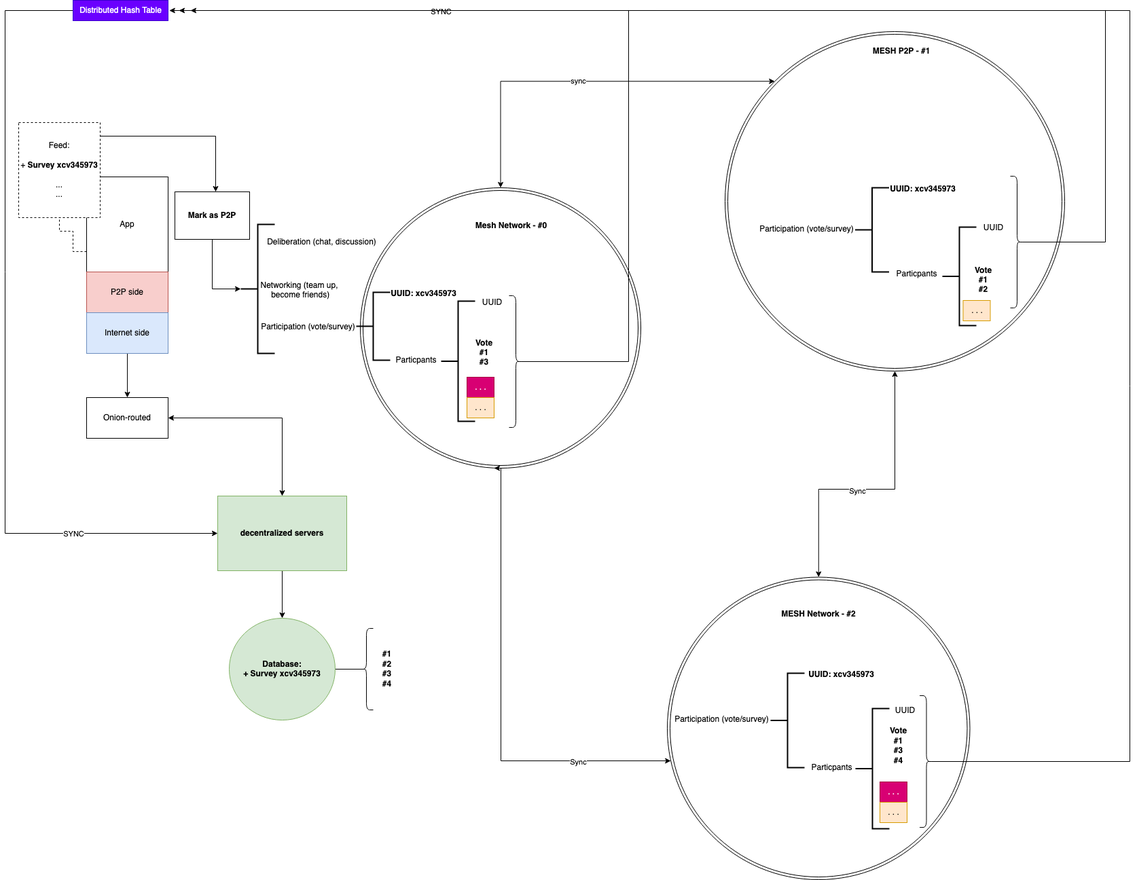
Before: .assets/forDem-P2P-DHT-Diagramm.drawio.png, a diagram exported from draw.io (tcfev/Fordem). Source tidied: cells renumbered, new cells last; positions are measured from the earlier drawing's top-left corner, leaving out a move shared by most shapes.
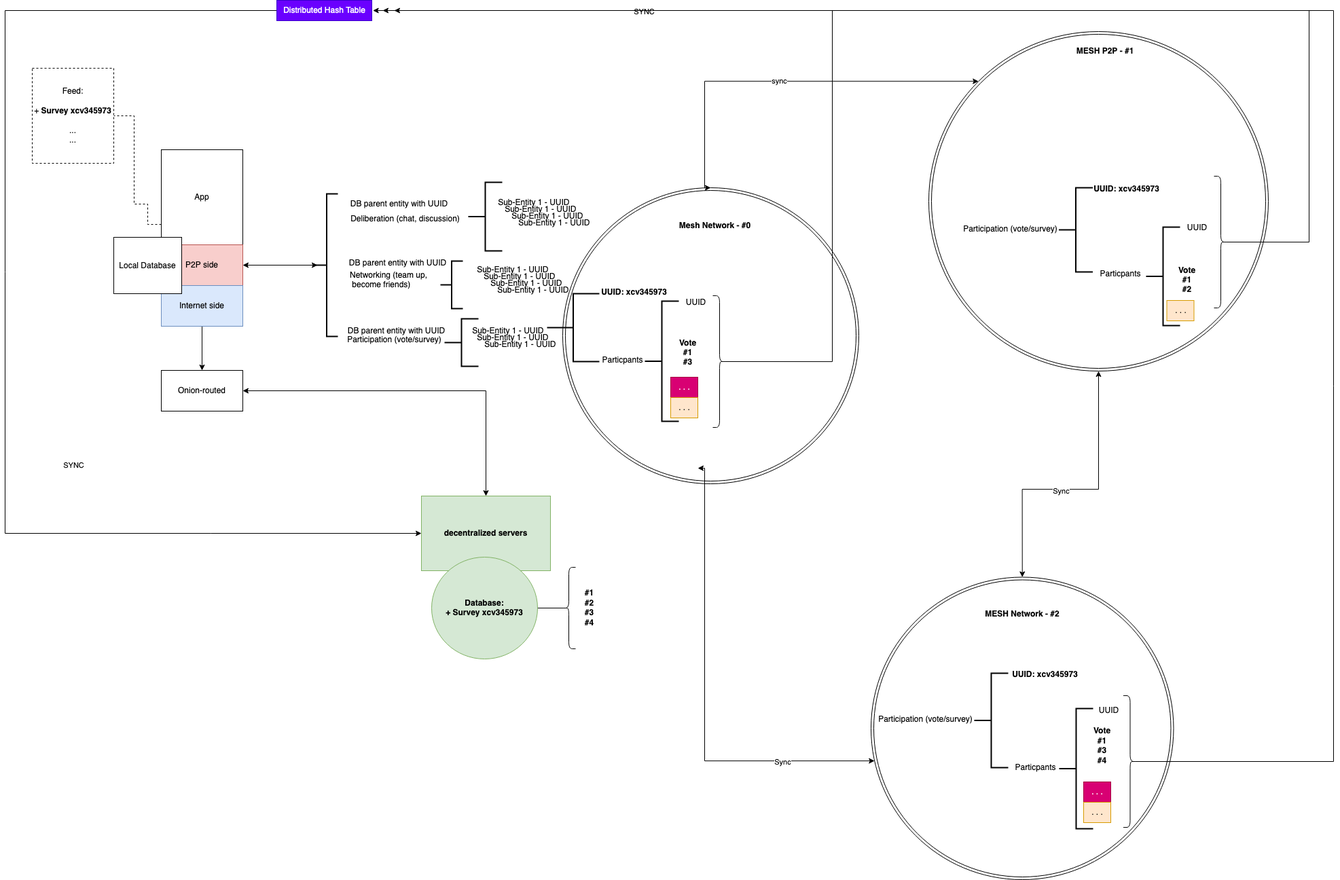
Above is the later version.

The edit, as a diff of the source:
```diff
@@ -3,13 +3,13 @@
     <mxCell id="0" />
     <mxCell id="1" parent="0" />
     <mxCell id="2" style="ellipse;shape=doubleEllipse;whiteSpace=wrap;html=1;fillColor=none;" parent="1" vertex="1">
-      <mxGeometry x="523" y="276" width="413" height="413" as="geometry" />
+      <mxGeometry x="521" y="276" width="436" height="436" as="geometry" />
     </mxCell>
     <mxCell id="3" style="edgeStyle=orthogonalEdgeStyle;rounded=0;jettySize=auto;html=1;entryX=0;entryY=0.5;entryDx=0;entryDy=0;" parent="1" edge="1" source="5" target="14">
       <mxGeometry relative="1" as="geometry">
         <Array as="points">
-          <mxPoint y="15" />
-          <mxPoint y="785" />
+          <mxPoint x="-300" y="15" />
+          <mxPoint x="-300" y="785" />
         </Array>
       </mxGeometry>
     </mxCell>
@@ -24,47 +24,49 @@
     <mxCell id="6" style="edgeStyle=orthogonalEdgeStyle;rounded=0;jettySize=auto;html=1;startArrow=none;startFill=0;dashed=1;endArrow=none;endFill=0;" parent="1" edge="1" source="7" target="30">
       <mxGeometry relative="1" as="geometry">
         <Array as="points">
-          <mxPoint x="100" y="370" />
-          <mxPoint x="100" y="340" />
-          <mxPoint x="80" y="340" />
+          <mxPoint x="-90" y="330" />
+          <mxPoint x="-90" y="300" />
+          <mxPoint x="-110" y="300" />
         </Array>
       </mxGeometry>
     </mxCell>
     <mxCell id="7" value="&lt;div&gt;App&lt;/div&gt;" style="whiteSpace=wrap;html=1;" parent="1" vertex="1">
-      <mxGeometry x="120" y="260" width="120" height="140" as="geometry" />
+      <mxGeometry x="-70" y="220" width="120" height="140" as="geometry" />
     </mxCell>
+    <mxCell id="70" style="edgeStyle=orthogonalEdgeStyle;rounded=0;jettySize=auto;html=1;startArrow=classic;startFill=1;" parent="1" edge="1" source="8">
+      <mxGeometry relative="1" as="geometry">
+        <mxPoint x="160" y="390" as="targetPoint" />
+      </mxGeometry>
+    </mxCell>
     <mxCell id="8" value="P2P side" style="whiteSpace=wrap;html=1;fillColor=#f8cecc;strokeColor=#b85450;" parent="1" vertex="1">
-      <mxGeometry x="120" y="400" width="120" height="60" as="geometry" />
+      <mxGeometry x="-70" y="360" width="120" height="60" as="geometry" />
     </mxCell>
     <mxCell id="9" style="edgeStyle=orthogonalEdgeStyle;rounded=0;jettySize=auto;html=1;" parent="1" edge="1" source="10" target="12">
       <mxGeometry relative="1" as="geometry" />
     </mxCell>
     <mxCell id="10" value="Internet side" style="whiteSpace=wrap;html=1;fillColor=#dae8fc;strokeColor=#6c8ebf;" parent="1" vertex="1">
-      <mxGeometry x="120" y="460" width="120" height="60" as="geometry" />
+      <mxGeometry x="-70" y="420" width="120" height="60" as="geometry" />
     </mxCell>
     <mxCell id="11" style="edgeStyle=orthogonalEdgeStyle;rounded=0;jettySize=auto;html=1;startArrow=classic;startFill=1;" parent="1" edge="1" source="12" target="14">
       <mxGeometry relative="1" as="geometry" />
     </mxCell>
     <mxCell id="12" value="Onion-routed " style="whiteSpace=wrap;html=1;" parent="1" vertex="1">
-      <mxGeometry x="120" y="585" width="120" height="60" as="geometry" />
+      <mxGeometry x="-70" y="545" width="120" height="60" as="geometry" />
     </mxCell>
-    <mxCell id="13" style="edgeStyle=orthogonalEdgeStyle;rounded=0;jettySize=auto;html=1;" parent="1" edge="1" source="14" target="28">
-      <mxGeometry relative="1" as="geometry" />
-    </mxCell>
     <mxCell id="14" value="&lt;b&gt;decentralized servers&lt;/b&gt;" style="whiteSpace=wrap;html=1;fillColor=#d5e8d4;strokeColor=#82b366;" parent="1" vertex="1">
       <mxGeometry x="313" y="730" width="190" height="110" as="geometry" />
     </mxCell>
     <mxCell id="15" style="strokeWidth=2;html=1;shape=mxgraph.flowchart.annotation_2;align=left;labelPosition=right;" parent="1" vertex="1">
-      <mxGeometry x="347" y="330" width="50" height="190" as="geometry" />
+      <mxGeometry x="157" y="285" width="33" height="210" as="geometry" />
     </mxCell>
     <mxCell id="16" style="strokeWidth=2;html=1;shape=mxgraph.flowchart.annotation_2;align=left;labelPosition=right;" parent="1" vertex="1">
-      <mxGeometry x="517" y="430" width="50" height="100" as="geometry" />
+      <mxGeometry x="498" y="432" width="77" height="100" as="geometry" />
     </mxCell>
     <mxCell id="17" value="&lt;div&gt;&lt;b&gt;UUID: xcv345973&lt;br&gt;&lt;/b&gt;&lt;/div&gt;&lt;div&gt;&lt;b&gt;&lt;br&gt;&lt;/b&gt;&lt;/div&gt;" style="text;html=1;align=center;verticalAlign=middle;strokeColor=none;fillColor=none;" parent="1" vertex="1">
-      <mxGeometry x="556" y="419" width="120" height="40" as="geometry" />
+      <mxGeometry x="566" y="417" width="120" height="40" as="geometry" />
     </mxCell>
     <mxCell id="18" value="&lt;div&gt;Particpants&lt;/div&gt;&lt;div&gt;&lt;br&gt;&lt;/div&gt;" style="text;html=1;align=center;verticalAlign=middle;strokeColor=none;fillColor=none;" parent="1" vertex="1">
-      <mxGeometry x="565" y="517" width="80" height="40" as="geometry" />
+      <mxGeometry x="569" y="517" width="80" height="40" as="geometry" />
     </mxCell>
     <mxCell id="19" style="strokeWidth=2;html=1;shape=mxgraph.flowchart.annotation_2;align=left;labelPosition=right;" parent="1" vertex="1">
       <mxGeometry x="642" y="443" width="50" height="177" as="geometry" />
@@ -100,32 +102,22 @@
       <mxGeometry relative="1" as="geometry" />
     </mxCell>
     <mxCell id="28" value="&lt;div&gt;&lt;b&gt;Database:&lt;/b&gt;&lt;/div&gt;&lt;div&gt;&lt;b&gt;+ Survey xcv345973&lt;br&gt;&lt;/b&gt;&lt;/div&gt;" style="ellipse;whiteSpace=wrap;html=1;fillColor=#d5e8d4;strokeColor=#82b366;" parent="1" vertex="1">
-      <mxGeometry x="330" y="910" width="156" height="150" as="geometry" />
+      <mxGeometry x="328" y="820" width="156" height="150" as="geometry" />
     </mxCell>
-    <mxCell id="29" style="edgeStyle=orthogonalEdgeStyle;rounded=0;jettySize=auto;html=1;startArrow=none;startFill=0;" parent="1" edge="1" source="30" target="32">
-      <mxGeometry relative="1" as="geometry">
-        <Array as="points">
-          <mxPoint x="310" y="200" />
-        </Array>
-      </mxGeometry>
-    </mxCell>
     <mxCell id="30" value="&lt;div&gt;Feed:&lt;/div&gt;&lt;div&gt;&lt;br&gt;&lt;/div&gt;&lt;div&gt;&lt;div&gt;+&lt;b&gt; Survey xcv345973&lt;/b&gt;&lt;br&gt;&lt;/div&gt;&lt;/div&gt;&lt;div&gt;&lt;br&gt;&lt;/div&gt;&lt;div&gt;...&lt;/div&gt;&lt;div&gt;...&lt;br&gt;&lt;/div&gt;" style="whiteSpace=wrap;html=1;dashed=1;" parent="1" vertex="1">
-      <mxGeometry x="20" y="180" width="120" height="140" as="geometry" />
+      <mxGeometry x="-260" y="100" width="120" height="140" as="geometry" />
     </mxCell>
-    <mxCell id="31" style="edgeStyle=orthogonalEdgeStyle;rounded=0;jettySize=auto;html=1;entryX=0;entryY=0.5;entryDx=0;entryDy=0;entryPerimeter=0;startArrow=none;startFill=0;exitX=0.5;exitY=1;exitDx=0;exitDy=0;" parent="1" edge="1" source="32" target="15">
-      <mxGeometry relative="1" as="geometry" />
-    </mxCell>
-    <mxCell id="32" value="&lt;b&gt;Mark as P2P&lt;/b&gt;" style="whiteSpace=wrap;html=1;" parent="1" vertex="1">
-      <mxGeometry x="250" y="282" width="110" height="70" as="geometry" />
+    <mxCell id="32" value="Local Database" style="whiteSpace=wrap;html=1;" parent="1" vertex="1">
+      <mxGeometry x="-140" y="349" width="100" height="83" as="geometry" />
     </mxCell>
     <mxCell id="33" value="&lt;b&gt;Mesh Network - #0&lt;br&gt;&lt;/b&gt;" style="text;html=1;align=center;verticalAlign=middle;strokeColor=none;fillColor=none;" parent="1" vertex="1">
       <mxGeometry x="680" y="317" width="130" height="30" as="geometry" />
     </mxCell>
     <mxCell id="34" style="shape=curlyBracket;whiteSpace=wrap;html=1;rounded=1;labelPosition=left;verticalLabelPosition=middle;align=right;verticalAlign=middle;fillColor=none;" parent="1" vertex="1">
-      <mxGeometry x="522" y="925" width="20" height="120" as="geometry" />
+      <mxGeometry x="520" y="835" width="20" height="120" as="geometry" />
     </mxCell>
     <mxCell id="35" value="&lt;div&gt;&lt;b&gt;#1&lt;/b&gt;&lt;/div&gt;&lt;div&gt;&lt;b&gt;#2&lt;/b&gt;&lt;/div&gt;&lt;div&gt;&lt;b&gt;#3&lt;br&gt;&lt;/b&gt;&lt;/div&gt;&lt;div&gt;&lt;b&gt;#4&lt;/b&gt;&lt;br&gt;&lt;/div&gt;" style="text;html=1;align=center;verticalAlign=middle;strokeColor=none;fillColor=none;" parent="1" vertex="1">
-      <mxGeometry x="542" y="950" width="40" height="70" as="geometry" />
+      <mxGeometry x="540" y="860" width="40" height="70" as="geometry" />
     </mxCell>
     <mxCell id="36" style="edgeStyle=orthogonalEdgeStyle;rounded=0;jettySize=auto;html=1;startArrow=classic;startFill=1;" parent="1" edge="1" source="40">
       <mxGeometry relative="1" as="geometry">
@@ -244,13 +236,13 @@
       <mxGeometry x="1346.5" y="1024" width="20" height="194" as="geometry" />
     </mxCell>
     <mxCell id="65" value="Deliberation (chat, discussion)" style="text;html=1;align=center;verticalAlign=middle;strokeColor=none;fillColor=none;" parent="1" vertex="1">
-      <mxGeometry x="376" y="341" width="180" height="30" as="geometry" />
+      <mxGeometry x="199" y="307" width="180" height="30" as="geometry" />
     </mxCell>
     <mxCell id="66" value="&lt;div&gt;Participation (vote/survey)&lt;/div&gt;&lt;div&gt;&lt;br&gt;&lt;/div&gt;" style="text;html=1;align=center;verticalAlign=middle;strokeColor=none;fillColor=none;" parent="1" vertex="1">
-      <mxGeometry x="366" y="468" width="160" height="40" as="geometry" />
+      <mxGeometry x="193" y="487" width="160" height="40" as="geometry" />
     </mxCell>
-    <mxCell id="67" value="&lt;div&gt;Networking (team up,&lt;/div&gt;&lt;div&gt;&amp;nbsp;become friends)&lt;/div&gt;" style="text;html=1;align=center;verticalAlign=middle;strokeColor=none;fillColor=none;" parent="1" vertex="1">
-      <mxGeometry x="363" y="407" width="140" height="40" as="geometry" />
+    <mxCell id="67" value="&lt;div&gt;Networking (team up,&lt;/div&gt;&lt;div&gt;&amp;nbsp;become friends)&lt;/div&gt;" style="text;html=1;align=left;verticalAlign=middle;strokeColor=none;fillColor=none;" parent="1" vertex="1">
+      <mxGeometry x="206" y="392" width="140" height="40" as="geometry" />
     </mxCell>
     <mxCell id="68" value="&lt;b&gt;MESH Network - #2&lt;/b&gt;" style="text;html=1;strokeColor=none;fillColor=none;align=center;verticalAlign=middle;whiteSpace=wrap;rounded=0;dashed=1;" parent="1" vertex="1">
       <mxGeometry x="1137.8" y="889" width="120" height="30" as="geometry" />
@@ -258,5 +250,56 @@
     <mxCell id="69" value="&lt;b&gt;MESH P2P - #1&lt;/b&gt;" style="text;html=1;strokeColor=none;fillColor=none;align=center;verticalAlign=middle;whiteSpace=wrap;rounded=0;dashed=1;" parent="1" vertex="1">
       <mxGeometry x="1270" y="60" width="100" height="30" as="geometry" />
     </mxCell>
+    <mxCell id="71" value="DB parent entity with UUID " style="text;html=1;align=center;verticalAlign=middle;strokeColor=none;fillColor=none;" parent="1" vertex="1">
+      <mxGeometry x="195" y="285" width="170" height="30" as="geometry" />
+    </mxCell>
+    <mxCell id="72" style="strokeWidth=2;html=1;shape=mxgraph.flowchart.annotation_2;align=left;labelPosition=right;" parent="1" vertex="1">
+      <mxGeometry x="382" y="268" width="50" height="101" as="geometry" />
+    </mxCell>
+    <mxCell id="73" value="&amp;nbsp;&amp;nbsp;&amp;nbsp;&amp;nbsp;&amp;nbsp;&amp;nbsp;&amp;nbsp; Sub-Entity 1 - UUID" style="text;html=1;align=center;verticalAlign=middle;strokeColor=none;fillColor=none;" parent="1" vertex="1">
+      <mxGeometry x="385" y="283" width="160" height="30" as="geometry" />
+    </mxCell>
+    <mxCell id="74" style="strokeWidth=2;html=1;shape=mxgraph.flowchart.annotation_2;align=left;labelPosition=right;" parent="1" vertex="1">
+      <mxGeometry x="347" y="469" width="50" height="70" as="geometry" />
+    </mxCell>
+    <mxCell id="75" style="strokeWidth=2;html=1;shape=mxgraph.flowchart.annotation_2;align=left;labelPosition=right;" parent="1" vertex="1">
+      <mxGeometry x="341" y="384" width="33" height="70" as="geometry" />
+    </mxCell>
+    <mxCell id="76" value="&lt;div&gt;DB parent entity with UUID &lt;/div&gt;" style="text;html=1;align=center;verticalAlign=middle;strokeColor=none;fillColor=none;" parent="1" vertex="1">
+      <mxGeometry x="193" y="372" width="170" height="30" as="geometry" />
+    </mxCell>
+    <mxCell id="77" value="DB parent entity with UUID " style="text;html=1;align=center;verticalAlign=middle;strokeColor=none;fillColor=none;" parent="1" vertex="1">
+      <mxGeometry x="191" y="472" width="170" height="30" as="geometry" />
+    </mxCell>
+    <mxCell id="78" value="&amp;nbsp;&amp;nbsp;&amp;nbsp;&amp;nbsp;&amp;nbsp;&amp;nbsp;&amp;nbsp; Sub-Entity 1 - UUID" style="text;html=1;align=center;verticalAlign=middle;strokeColor=none;fillColor=none;" parent="1" vertex="1">
+      <mxGeometry x="395" y="293" width="160" height="30" as="geometry" />
+    </mxCell>
+    <mxCell id="79" value="&amp;nbsp;&amp;nbsp;&amp;nbsp;&amp;nbsp;&amp;nbsp;&amp;nbsp;&amp;nbsp; Sub-Entity 1 - UUID" style="text;html=1;align=center;verticalAlign=middle;strokeColor=none;fillColor=none;" parent="1" vertex="1">
+      <mxGeometry x="405" y="303" width="160" height="30" as="geometry" />
+    </mxCell>
+    <mxCell id="80" value="&amp;nbsp;&amp;nbsp;&amp;nbsp;&amp;nbsp;&amp;nbsp;&amp;nbsp;&amp;nbsp; Sub-Entity 1 - UUID" style="text;html=1;align=center;verticalAlign=middle;strokeColor=none;fillColor=none;" parent="1" vertex="1">
+      <mxGeometry x="415" y="313" width="160" height="30" as="geometry" />
+    </mxCell>
+    <mxCell id="81" value="&amp;nbsp;&amp;nbsp;&amp;nbsp;&amp;nbsp;&amp;nbsp;&amp;nbsp;&amp;nbsp; Sub-Entity 1 - UUID" style="text;html=1;align=center;verticalAlign=middle;strokeColor=none;fillColor=none;" parent="1" vertex="1">
+      <mxGeometry x="354" y="382" width="160" height="30" as="geometry" />
+    </mxCell>
+    <mxCell id="82" value="&amp;nbsp;&amp;nbsp;&amp;nbsp;&amp;nbsp;&amp;nbsp;&amp;nbsp;&amp;nbsp; Sub-Entity 1 - UUID" style="text;html=1;align=center;verticalAlign=middle;strokeColor=none;fillColor=none;" parent="1" vertex="1">
+      <mxGeometry x="364" y="392" width="160" height="30" as="geometry" />
+    </mxCell>
+    <mxCell id="83" value="&amp;nbsp;&amp;nbsp;&amp;nbsp;&amp;nbsp;&amp;nbsp;&amp;nbsp;&amp;nbsp; Sub-Entity 1 - UUID" style="text;html=1;align=center;verticalAlign=middle;strokeColor=none;fillColor=none;" parent="1" vertex="1">
+      <mxGeometry x="374" y="402" width="160" height="30" as="geometry" />
+    </mxCell>
+    <mxCell id="84" value="&amp;nbsp;&amp;nbsp;&amp;nbsp;&amp;nbsp;&amp;nbsp;&amp;nbsp;&amp;nbsp; Sub-Entity 1 - UUID" style="text;html=1;align=center;verticalAlign=middle;strokeColor=none;fillColor=none;" parent="1" vertex="1">
+      <mxGeometry x="384" y="412" width="160" height="30" as="geometry" />
+    </mxCell>
+    <mxCell id="85" value="&amp;nbsp;&amp;nbsp;&amp;nbsp;&amp;nbsp;&amp;nbsp;&amp;nbsp;&amp;nbsp; Sub-Entity 1 - UUID" style="text;html=1;align=center;verticalAlign=middle;strokeColor=none;fillColor=none;" parent="1" vertex="1">
+      <mxGeometry x="347" y="472" width="160" height="30" as="geometry" />
+    </mxCell>
+    <mxCell id="86" value="&amp;nbsp;&amp;nbsp;&amp;nbsp;&amp;nbsp;&amp;nbsp;&amp;nbsp;&amp;nbsp; Sub-Entity 1 - UUID" style="text;html=1;align=center;verticalAlign=middle;strokeColor=none;fillColor=none;" parent="1" vertex="1">
+      <mxGeometry x="354" y="482" width="160" height="30" as="geometry" />
+    </mxCell>
+    <mxCell id="87" value="&amp;nbsp;&amp;nbsp;&amp;nbsp;&amp;nbsp;&amp;nbsp;&amp;nbsp;&amp;nbsp; Sub-Entity 1 - UUID" style="text;html=1;align=center;verticalAlign=middle;strokeColor=none;fillColor=none;" parent="1" vertex="1">
+      <mxGeometry x="365" y="492" width="160" height="30" as="geometry" />
+    </mxCell>
   </root>
 </mxGraphModel>
```
